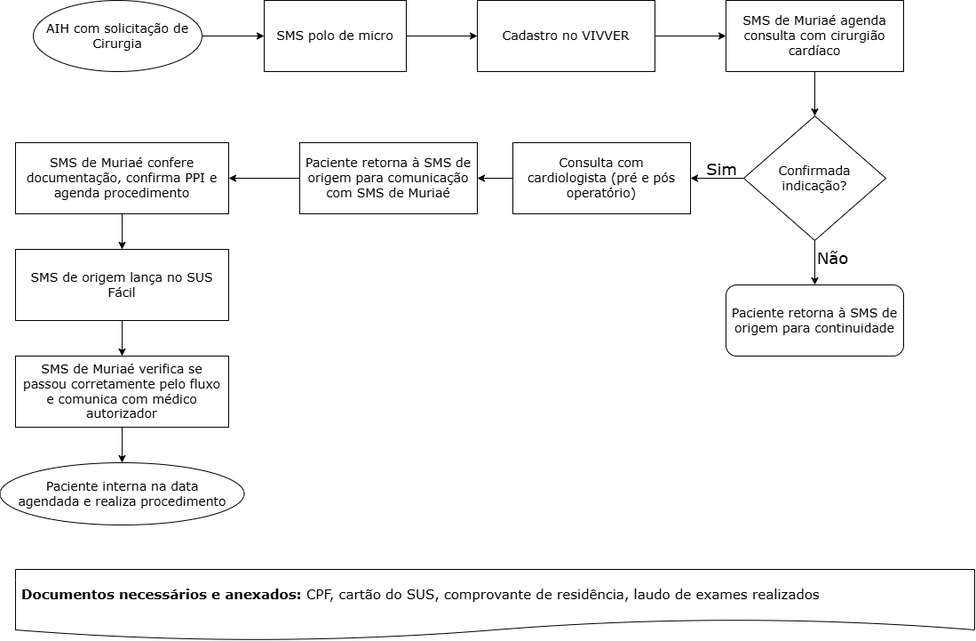
Above: public/img/fluxos-assistenciais/cardiologia/cirurgia/fluxo.png in inovacao-saude-muriae/site-saude (draw.io), before the change. Source tidied: cells renumbered, new cells last; positions are measured from the earlier drawing's top-left corner, leaving out a move shared by most shapes.
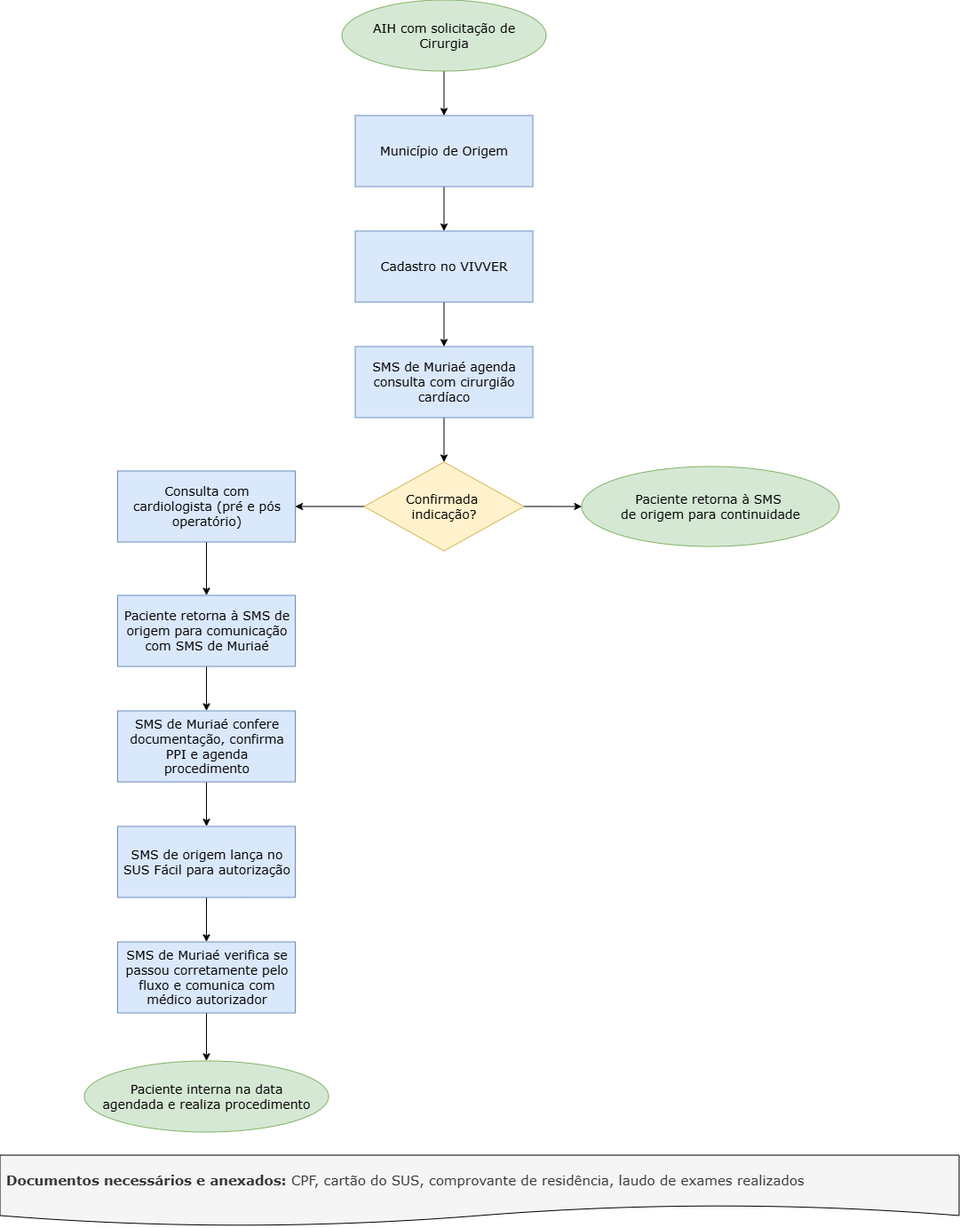
The same file after the commit.

The edit, as a diff of the source:
```diff
@@ -2,83 +2,77 @@
   <root>
     <mxCell id="0" />
     <mxCell id="1" parent="0" />
+    <mxCell id="15" style="edgeStyle=orthogonalEdgeStyle;rounded=0;jettySize=auto;html=1;exitX=0.5;exitY=1;exitDx=0;exitDy=0;entryX=0.5;entryY=0;entryDx=0;entryDy=0;" parent="1" edge="1" source="2" target="3">
+      <mxGeometry relative="1" as="geometry" />
+    </mxCell>
-    <mxCell id="2" value="&lt;font style=&quot;font-size: 14px;&quot;&gt;SMS polo de micro&lt;/font&gt;" style="rounded=0;whiteSpace=wrap;html=1;fontFamily=Verdana;fontSize=13;spacingLeft=5;spacingBottom=0;spacingRight=5;" parent="1" vertex="1">
-      <mxGeometry x="298" width="160" height="80" as="geometry" />
+    <mxCell id="2" value="&lt;font style=&quot;font-size: 14px;&quot;&gt;Município de Origem&lt;/font&gt;" style="rounded=0;whiteSpace=wrap;html=1;fontFamily=Verdana;fontSize=13;spacingLeft=5;spacingBottom=0;spacingRight=5;fillColor=#dae8fc;strokeColor=#6c8ebf;" parent="1" vertex="1">
+      <mxGeometry x="706" y="-970" width="200" height="80" as="geometry" />
     </mxCell>
+    <mxCell id="16" style="edgeStyle=orthogonalEdgeStyle;rounded=0;jettySize=auto;html=1;exitX=0.5;exitY=1;exitDx=0;exitDy=0;entryX=0.5;entryY=0;entryDx=0;entryDy=0;" parent="1" edge="1" source="3" target="4">
+      <mxGeometry relative="1" as="geometry" />
+    </mxCell>
-    <mxCell id="3" value="&lt;font style=&quot;font-size: 14px;&quot;&gt;Cadastro no VIVVER&lt;/font&gt;" style="rounded=0;whiteSpace=wrap;html=1;fontFamily=Verdana;fontSize=13;" parent="1" vertex="1">
-      <mxGeometry x="538" width="200" height="80" as="geometry" />
+    <mxCell id="3" value="&lt;font style=&quot;font-size: 14px;&quot;&gt;Cadastro no VIVVER&lt;/font&gt;" style="rounded=0;whiteSpace=wrap;html=1;fontFamily=Verdana;fontSize=13;fillColor=#dae8fc;strokeColor=#6c8ebf;" parent="1" vertex="1">
+      <mxGeometry x="706" y="-840" width="200" height="80" as="geometry" />
     </mxCell>
+    <mxCell id="17" style="edgeStyle=orthogonalEdgeStyle;rounded=0;jettySize=auto;html=1;exitX=0.5;exitY=1;exitDx=0;exitDy=0;entryX=0.5;entryY=0;entryDx=0;entryDy=0;" parent="1" edge="1" source="4" target="6">
+      <mxGeometry relative="1" as="geometry" />
+    </mxCell>
-    <mxCell id="4" value="&lt;font style=&quot;font-size: 14px;&quot;&gt;SMS de Muriaé agenda consulta com cirurgião cardíaco&lt;/font&gt;" style="rounded=0;whiteSpace=wrap;html=1;fontFamily=Verdana;fontSize=13;spacingLeft=5;spacingRight=5;" parent="1" vertex="1">
-      <mxGeometry x="818" width="200" height="80" as="geometry" />
+    <mxCell id="4" value="&lt;font style=&quot;font-size: 14px;&quot;&gt;SMS de Muriaé agenda consulta com cirurgião cardíaco&lt;/font&gt;" style="rounded=0;whiteSpace=wrap;html=1;fontFamily=Verdana;fontSize=13;spacingLeft=5;spacingRight=5;fillColor=#dae8fc;strokeColor=#6c8ebf;" parent="1" vertex="1">
+      <mxGeometry x="706" y="-710" width="200" height="80" as="geometry" />
     </mxCell>
-    <mxCell id="5" style="edgeStyle=orthogonalEdgeStyle;rounded=0;jettySize=auto;html=1;exitX=0.5;exitY=1;exitDx=0;exitDy=0;entryX=0.5;entryY=0;entryDx=0;entryDy=0;" parent="1" edge="1" source="6" target="7">
+    <mxCell id="5" style="edgeStyle=orthogonalEdgeStyle;rounded=0;jettySize=auto;html=1;exitX=1;exitY=0.5;exitDx=0;exitDy=0;" parent="1" edge="1" source="6" target="7">
       <mxGeometry relative="1" as="geometry" />
     </mxCell>
+    <mxCell id="18" style="edgeStyle=orthogonalEdgeStyle;rounded=0;jettySize=auto;html=1;exitX=0;exitY=0.5;exitDx=0;exitDy=0;entryX=1;entryY=0.5;entryDx=0;entryDy=0;" parent="1" edge="1" source="6" target="8">
+      <mxGeometry relative="1" as="geometry" />
+    </mxCell>
-    <mxCell id="6" value="&lt;font style=&quot;font-size: 14px;&quot;&gt;Confirmada indicação?&lt;/font&gt;" style="rhombus;whiteSpace=wrap;html=1;fontFamily=Verdana;fontSize=13;spacingLeft=5;spacingRight=5;" parent="1" vertex="1">
-      <mxGeometry x="838" y="130" width="160" height="140" as="geometry" />
+    <mxCell id="6" value="&lt;font style=&quot;font-size: 14px;&quot;&gt;Confirmada&amp;nbsp;&lt;/font&gt;&lt;div&gt;&lt;font style=&quot;font-size: 14px;&quot;&gt;indicação?&lt;/font&gt;&lt;/div&gt;" style="rhombus;whiteSpace=wrap;html=1;fontFamily=Verdana;fontSize=13;spacingLeft=5;spacingRight=5;fillColor=#fff2cc;strokeColor=#d6b656;" parent="1" vertex="1">
+      <mxGeometry x="716" y="-580" width="180" height="100" as="geometry" />
     </mxCell>
-    <mxCell id="7" value="&lt;font style=&quot;font-size: 14px;&quot;&gt;Paciente retorna à SMS de origem para continuidade&lt;/font&gt;" style="rounded=1;whiteSpace=wrap;html=1;fontFamily=Verdana;fontSize=13;" parent="1" vertex="1">
-      <mxGeometry x="818" y="320" width="200" height="80" as="geometry" />
-    </mxCell>
+    <mxCell id="20" style="edgeStyle=orthogonalEdgeStyle;rounded=0;jettySize=auto;html=1;exitX=0.5;exitY=1;exitDx=0;exitDy=0;entryX=0.5;entryY=0;entryDx=0;entryDy=0;" parent="1" edge="1" source="8" target="9">
+      <mxGeometry relative="1" as="geometry" />
+    </mxCell>
-    <mxCell id="8" value="&lt;font style=&quot;font-size: 14px;&quot;&gt;Consulta com cardiologista (pré e pós operatório)&lt;/font&gt;" style="rounded=0;whiteSpace=wrap;html=1;fontFamily=Verdana;fontSize=13;spacingLeft=5;spacingRight=5;" parent="1" vertex="1">
-      <mxGeometry x="578" y="160" width="200" height="80" as="geometry" />
+    <mxCell id="8" value="&lt;font style=&quot;font-size: 14px;&quot;&gt;Consulta com cardiologista (pré e pós operatório)&lt;/font&gt;" style="rounded=0;whiteSpace=wrap;html=1;fontFamily=Verdana;fontSize=13;spacingLeft=5;spacingRight=5;fillColor=#dae8fc;strokeColor=#6c8ebf;" parent="1" vertex="1">
+      <mxGeometry x="438.5" y="-570" width="200" height="80" as="geometry" />
     </mxCell>
+    <mxCell id="21" style="edgeStyle=orthogonalEdgeStyle;rounded=0;jettySize=auto;html=1;exitX=0.5;exitY=1;exitDx=0;exitDy=0;entryX=0.5;entryY=0;entryDx=0;entryDy=0;" parent="1" edge="1" source="9" target="10">
+      <mxGeometry relative="1" as="geometry" />
+    </mxCell>
-    <mxCell id="9" value="&lt;font style=&quot;font-size: 14px;&quot;&gt;Paciente retorna à SMS de origem para comunicação com SMS de Muriaé&lt;/font&gt;" style="rounded=0;whiteSpace=wrap;html=1;fontFamily=Verdana;fontSize=13;spacingLeft=5;spacingRight=5;" parent="1" vertex="1">
-      <mxGeometry x="338" y="160" width="200" height="80" as="geometry" />
+    <mxCell id="9" value="&lt;font style=&quot;font-size: 14px;&quot;&gt;Paciente retorna à SMS de origem para comunicação com SMS de Muriaé&lt;/font&gt;" style="rounded=0;whiteSpace=wrap;html=1;fontFamily=Verdana;fontSize=13;spacingLeft=5;spacingRight=5;fillColor=#dae8fc;strokeColor=#6c8ebf;" parent="1" vertex="1">
+      <mxGeometry x="438.5" y="-430" width="200" height="80" as="geometry" />
     </mxCell>
+    <mxCell id="22" style="edgeStyle=orthogonalEdgeStyle;rounded=0;jettySize=auto;html=1;exitX=0.5;exitY=1;exitDx=0;exitDy=0;" parent="1" edge="1" source="10" target="11">
+      <mxGeometry relative="1" as="geometry" />
+    </mxCell>
-    <mxCell id="10" value="&lt;font style=&quot;font-size: 14px;&quot;&gt;SMS de Muriaé confere documentação, confirma PPI e agenda procedimento&lt;/font&gt;" style="rounded=0;whiteSpace=wrap;html=1;fontFamily=Verdana;fontSize=13;spacingLeft=5;spacingRight=5;" parent="1" vertex="1">
-      <mxGeometry x="18" y="160" width="240" height="80" as="geometry" />
+    <mxCell id="10" value="&lt;font style=&quot;font-size: 14px;&quot;&gt;SMS de Muriaé confere documentação, confirma PPI e agenda procedimento&lt;/font&gt;" style="rounded=0;whiteSpace=wrap;html=1;fontFamily=Verdana;fontSize=13;spacingLeft=5;spacingRight=5;fillColor=#dae8fc;strokeColor=#6c8ebf;" parent="1" vertex="1">
+      <mxGeometry x="438.5" y="-300" width="200" height="80" as="geometry" />
     </mxCell>
+    <mxCell id="23" style="edgeStyle=orthogonalEdgeStyle;rounded=0;jettySize=auto;html=1;exitX=0.5;exitY=1;exitDx=0;exitDy=0;entryX=0.5;entryY=0;entryDx=0;entryDy=0;" parent="1" edge="1" source="11" target="12">
+      <mxGeometry relative="1" as="geometry" />
+    </mxCell>
-    <mxCell id="11" value="&lt;font style=&quot;font-size: 14px;&quot;&gt;SMS de origem lança no SUS Fácil&lt;/font&gt;" style="rounded=0;whiteSpace=wrap;html=1;fontFamily=Verdana;fontSize=13;spacingLeft=5;spacingRight=5;" parent="1" vertex="1">
-      <mxGeometry x="18" y="280" width="240" height="80" as="geometry" />
+    <mxCell id="11" value="&lt;font style=&quot;font-size: 14px;&quot;&gt;SMS de origem lança no SUS Fácil para autorização&lt;/font&gt;" style="rounded=0;whiteSpace=wrap;html=1;fontFamily=Verdana;fontSize=13;spacingLeft=5;spacingRight=5;fillColor=#dae8fc;strokeColor=#6c8ebf;" parent="1" vertex="1">
+      <mxGeometry x="438.5" y="-170" width="200" height="80" as="geometry" />
     </mxCell>
+    <mxCell id="24" style="edgeStyle=orthogonalEdgeStyle;rounded=0;jettySize=auto;html=1;exitX=0.5;exitY=1;exitDx=0;exitDy=0;entryX=0.5;entryY=0;entryDx=0;entryDy=0;" parent="1" edge="1" source="12" target="26">
+      <mxGeometry relative="1" as="geometry" />
+    </mxCell>
-    <mxCell id="12" value="&lt;font style=&quot;font-size: 14px;&quot;&gt;SMS de Muriaé verifica se passou corretamente pelo fluxo e comunica com médico autorizador&lt;/font&gt;" style="rounded=0;whiteSpace=wrap;html=1;fontFamily=Verdana;fontSize=13;spacingLeft=5;spacingRight=5;" parent="1" vertex="1">
-      <mxGeometry x="18" y="400" width="240" height="80" as="geometry" />
+    <mxCell id="12" value="&lt;font style=&quot;font-size: 14px;&quot;&gt;SMS de Muriaé verifica se passou corretamente pelo fluxo e comunica com médico autorizador&lt;/font&gt;" style="rounded=0;whiteSpace=wrap;html=1;fontFamily=Verdana;fontSize=13;spacingLeft=5;spacingRight=5;fillColor=#dae8fc;strokeColor=#6c8ebf;" parent="1" vertex="1">
+      <mxGeometry x="438.5" y="-40" width="200" height="80" as="geometry" />
     </mxCell>
-    <mxCell id="13" value="&lt;font style=&quot;font-size: 15px;&quot;&gt;&lt;b&gt;Documentos necessários e anexados:&lt;/b&gt; CPF, cartão do SUS, comprovante de residência, laudo de exames realizados&lt;/font&gt;" style="shape=document;whiteSpace=wrap;html=1;boundedLbl=1;fontFamily=Verdana;fontSize=13;align=left;spacingLeft=5;spacingRight=5;" parent="1" vertex="1">
-      <mxGeometry x="18" y="640" width="1080" height="80" as="geometry" />
+    <mxCell id="13" value="&lt;font style=&quot;font-size: 15px;&quot;&gt;&lt;b&gt;Documentos necessários e anexados:&lt;/b&gt; CPF, cartão do SUS, comprovante de residência, laudo de exames realizados&lt;/font&gt;" style="shape=document;whiteSpace=wrap;html=1;boundedLbl=1;fontFamily=Verdana;fontSize=13;align=left;spacingLeft=5;spacingRight=5;fillColor=#f5f5f5;fontColor=#333333;strokeColor=#000000;" parent="1" vertex="1">
+      <mxGeometry x="306" y="200" width="1080" height="80" as="geometry" />
     </mxCell>
-    <mxCell id="14" style="endArrow=classic;html=1;rounded=0;exitX=1;exitY=0.5;exitDx=0;exitDy=0;entryX=0;entryY=0.5;entryDx=0;entryDy=0;" parent="1" edge="1" source="25" target="2">
+    <mxCell id="14" style="edgeStyle=orthogonalEdgeStyle;rounded=0;jettySize=auto;html=1;exitX=0.5;exitY=1;exitDx=0;exitDy=0;entryX=0.5;entryY=0;entryDx=0;entryDy=0;" parent="1" edge="1" source="25" target="2">
       <mxGeometry relative="1" as="geometry" />
     </mxCell>
-    <mxCell id="15" style="endArrow=classic;html=1;rounded=0;exitX=1;exitY=0.5;exitDx=0;exitDy=0;entryX=0;entryY=0.5;entryDx=0;entryDy=0;" parent="1" edge="1" source="2" target="3">
-      <mxGeometry relative="1" as="geometry" />
-    </mxCell>
-    <mxCell id="16" style="endArrow=classic;html=1;rounded=0;exitX=1;exitY=0.5;exitDx=0;exitDy=0;entryX=0;entryY=0.5;entryDx=0;entryDy=0;" parent="1" edge="1" source="3" target="4">
-      <mxGeometry relative="1" as="geometry" />
-    </mxCell>
-    <mxCell id="17" style="endArrow=classic;html=1;rounded=0;exitX=0.5;exitY=1;exitDx=0;exitDy=0;entryX=0.5;entryY=0;entryDx=0;entryDy=0;" parent="1" edge="1" source="4" target="6">
-      <mxGeometry relative="1" as="geometry" />
-    </mxCell>
-    <mxCell id="18" style="endArrow=classic;html=1;rounded=0;exitX=0;exitY=0.5;exitDx=0;exitDy=0;entryX=1;entryY=0.5;entryDx=0;entryDy=0;" parent="1" edge="1" source="6" target="8">
-      <mxGeometry relative="1" as="geometry" />
-    </mxCell>
-    <mxCell id="19" value="&lt;font style=&quot;font-size: 18px;&quot;&gt;Sim&lt;/font&gt;" style="text;html=1;align=center;verticalAlign=middle;strokeColor=none;fillColor=none;fontSize=15;fontFamily=Verdana;" parent="1" vertex="1">
-      <mxGeometry x="783" y="170" width="60" height="40" as="geometry" />
-    </mxCell>
-    <mxCell id="20" style="endArrow=classic;html=1;rounded=0;exitX=0;exitY=0.5;exitDx=0;exitDy=0;entryX=1;entryY=0.5;entryDx=0;entryDy=0;" parent="1" edge="1" source="8" target="9">
-      <mxGeometry relative="1" as="geometry" />
-    </mxCell>
-    <mxCell id="21" style="endArrow=classic;html=1;rounded=0;exitX=0;exitY=0.5;exitDx=0;exitDy=0;entryX=1;entryY=0.5;entryDx=0;entryDy=0;" parent="1" edge="1" source="9" target="10">
-      <mxGeometry relative="1" as="geometry" />
-    </mxCell>
-    <mxCell id="22" style="endArrow=classic;html=1;rounded=0;exitX=0.5;exitY=1;exitDx=0;exitDy=0;entryX=0.5;entryY=0;entryDx=0;entryDy=0;" parent="1" edge="1" source="10" target="11">
-      <mxGeometry relative="1" as="geometry" />
-    </mxCell>
-    <mxCell id="23" style="endArrow=classic;html=1;rounded=0;exitX=0.5;exitY=1;exitDx=0;exitDy=0;entryX=0.5;entryY=0;entryDx=0;entryDy=0;" parent="1" edge="1" source="11" target="12">
-      <mxGeometry relative="1" as="geometry" />
-    </mxCell>
-    <mxCell id="24" style="endArrow=classic;html=1;rounded=0;exitX=0.5;exitY=1;exitDx=0;exitDy=0;entryX=0.5;entryY=0;entryDx=0;entryDy=0;" parent="1" edge="1" source="12" target="26">
-      <mxGeometry relative="1" as="geometry" />
-    </mxCell>
-    <mxCell id="25" value="&lt;span style=&quot;font-family: Verdana;&quot;&gt;&lt;font style=&quot;font-size: 14px;&quot;&gt;AIH com solicitação de Cirurgia&lt;/font&gt;&lt;/span&gt;" style="ellipse;whiteSpace=wrap;html=1;spacingLeft=5;spacingRight=5;" parent="1" vertex="1">
-      <mxGeometry x="38" width="190" height="80" as="geometry" />
+    <mxCell id="25" value="&lt;span style=&quot;font-family: Verdana;&quot;&gt;&lt;font style=&quot;font-size: 14px;&quot;&gt;AIH com solicitação de Cirurgia&lt;/font&gt;&lt;/span&gt;" style="ellipse;whiteSpace=wrap;html=1;spacingLeft=5;spacingRight=5;fillColor=#d5e8d4;strokeColor=#82b366;" parent="1" vertex="1">
+      <mxGeometry x="691" y="-1100" width="230" height="80" as="geometry" />
     </mxCell>
-    <mxCell id="26" value="&lt;span style=&quot;font-family: Verdana;&quot;&gt;&lt;font style=&quot;font-size: 14px;&quot;&gt;Paciente interna na data agendada e realiza procedimento&lt;/font&gt;&lt;/span&gt;" style="ellipse;whiteSpace=wrap;html=1;spacingLeft=15;spacingRight=15;" parent="1" vertex="1">
-      <mxGeometry x="0.5" y="520" width="275" height="70" as="geometry" />
+    <mxCell id="26" value="&lt;span style=&quot;&quot;&gt;&lt;font style=&quot;font-size: 14px;&quot;&gt;Paciente interna na data agendada e realiza procedimento&lt;/font&gt;&lt;/span&gt;" style="ellipse;whiteSpace=wrap;html=1;spacingLeft=15;spacingRight=15;fillColor=#d5e8d4;strokeColor=#82b366;fontFamily=Verdana;" parent="1" vertex="1">
+      <mxGeometry x="401" y="94" width="275" height="80" as="geometry" />
     </mxCell>
-    <mxCell id="27" value="&lt;font style=&quot;font-size: 18px;&quot;&gt;Não&lt;/font&gt;" style="text;html=1;align=center;verticalAlign=middle;strokeColor=none;fillColor=none;fontSize=15;fontFamily=Verdana;" parent="1" vertex="1">
-      <mxGeometry x="908" y="270" width="60" height="40" as="geometry" />
-    </mxCell>
+    <mxCell id="7" value="&lt;span style=&quot;font-size: 14px;&quot;&gt;Paciente retorna à SMS&amp;nbsp;&lt;/span&gt;&lt;div&gt;&lt;span style=&quot;font-size: 14px;&quot;&gt;de origem para continuidade&lt;/span&gt;&lt;/div&gt;" style="ellipse;whiteSpace=wrap;html=1;fillColor=#d5e8d4;strokeColor=#82b366;fontFamily=Verdana;" parent="1" vertex="1">
+      <mxGeometry x="961" y="-575" width="290" height="90" as="geometry" />
+    </mxCell>
   </root>
 </mxGraphModel>
```
